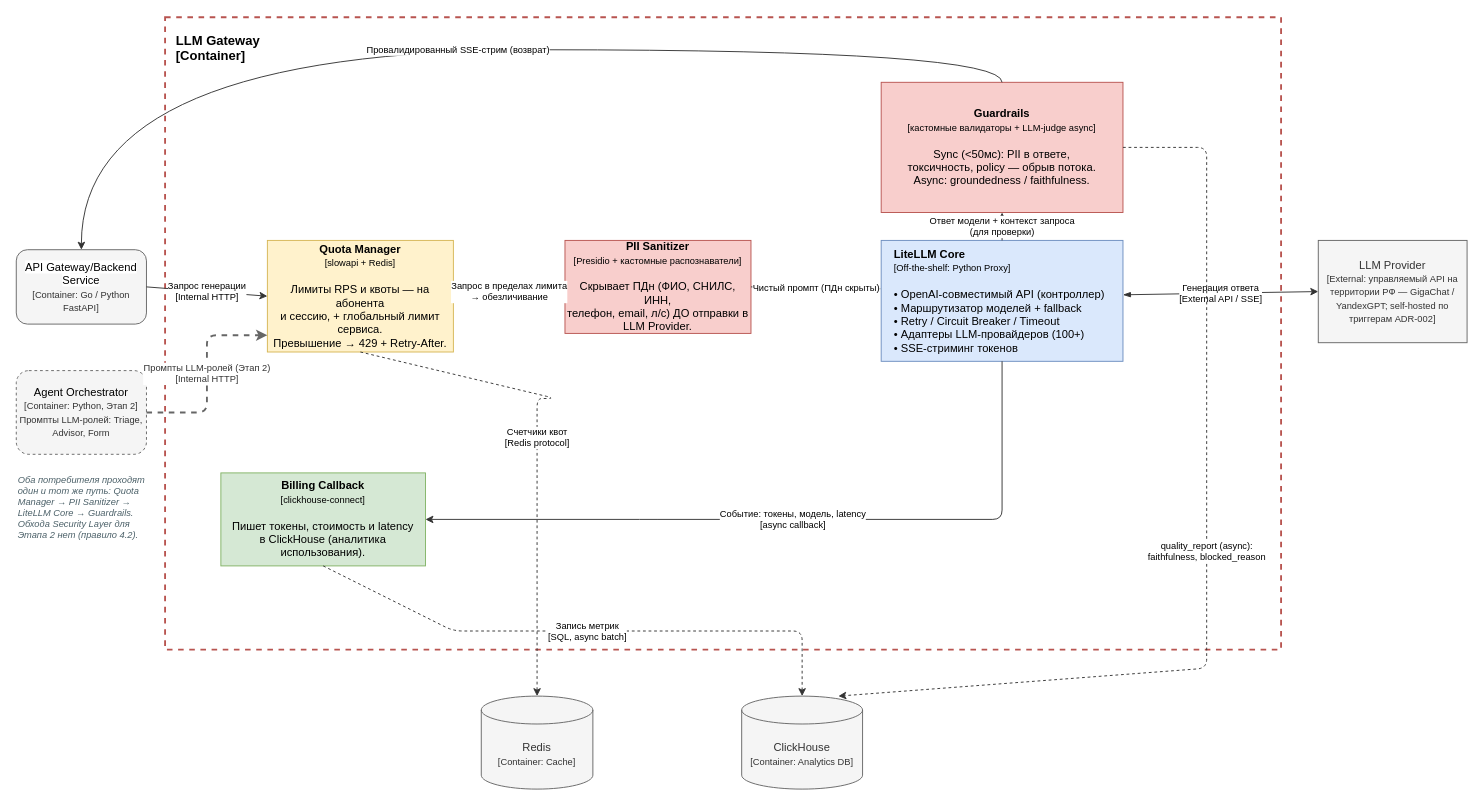
The draw.io diagram AI_docs/C3/C4_L3_LLM.drawio in barinoff1989/vodokanal-assistant, before the edit. Source tidied: cells renumbered, new cells numbered last; positions are measured from the earlier drawing's top-left corner, leaving out a move shared by most shapes. Both pictures are drawn from the tidied source at 93%, with x=0, y=0 at pixel (16, 17).
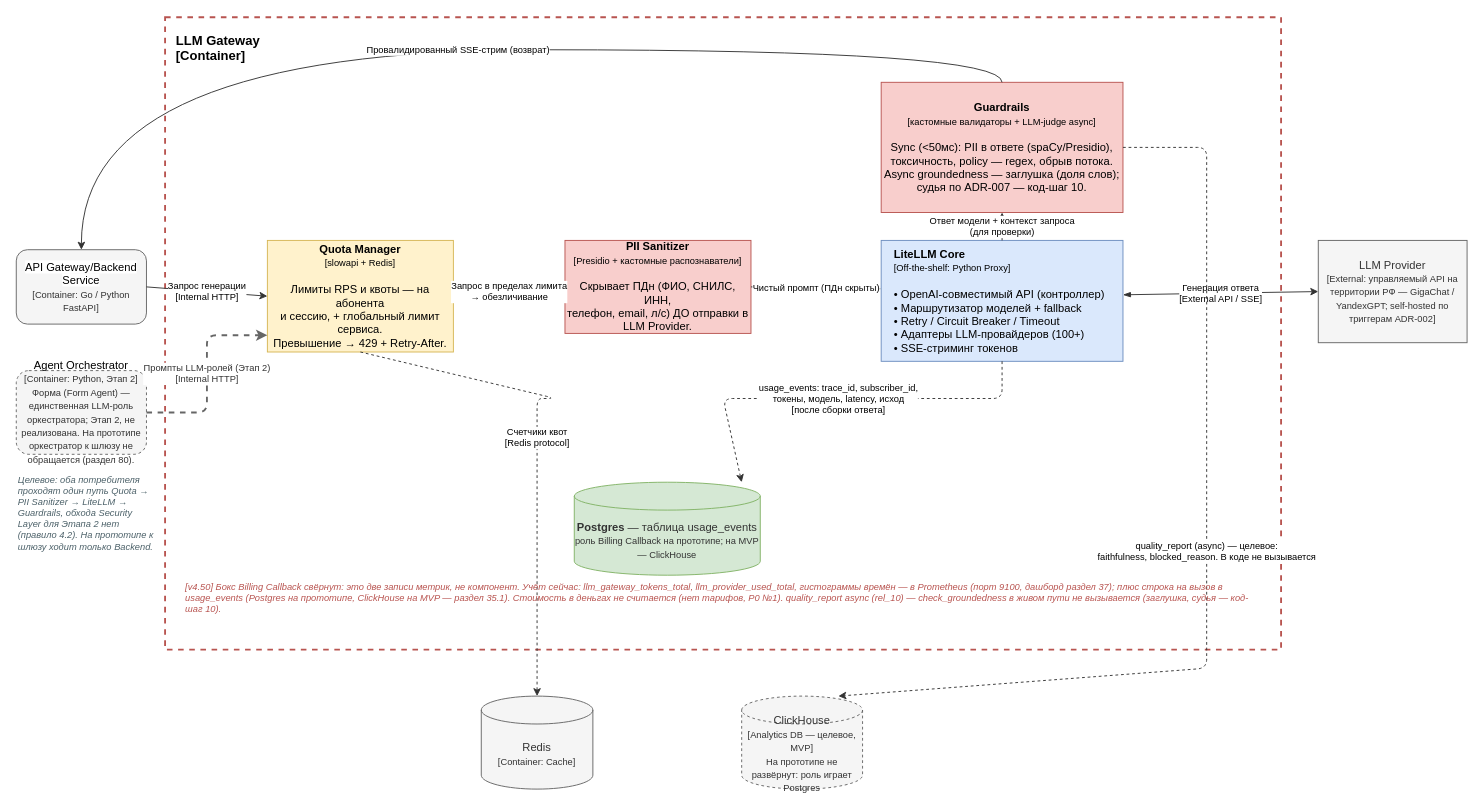
Above is the later version.

Commit message (it also covers changes not shown here):
Диаграмма LLM Gateway: Billing Callback свёрнут, добавлен узел usage_events

Unchanged cells that the change refers to:
```xml
<mxCell id="11" value="&lt;b&gt;LiteLLM Core&lt;/b&gt;&lt;br&gt;&lt;font style=&quot;font-size: 10px&quot;&gt;[Off-the-shelf: Python Proxy]&lt;/font&gt;&lt;br&gt;&lt;br&gt;• OpenAI-совместимый API (контроллер)&lt;br&gt;• Маршрутизатор моделей + fallback&lt;br&gt;• Retry / Circuit Breaker / Timeout&lt;br&gt;• Адаптеры LLM-провайдеров (100+)&lt;br&gt;• SSE-стриминг токенов" style="rounded=0;whiteSpace=wrap;html=1;fillColor=#dae8fc;strokeColor=#6c8ebf;fontSize=12;align=left;spacingLeft=12;verticalAlign=middle;" parent="1" vertex="1">
  <mxGeometry x="930" y="240" width="260" height="130" as="geometry" />
</mxCell>
```

Diff of the diagram source:
```diff
@@
-    <mxCell id="6" value="&lt;font style=&quot;&quot;&gt;ClickHouse&lt;/font&gt;&lt;div&gt;&lt;font style=&quot;font-size: 10px&quot;&gt;[Container: Analytics DB]&lt;/font&gt;&lt;/div&gt;" style="shape=cylinder3;whiteSpace=wrap;html=1;boundedLbl=1;backgroundOutline=1;size=15;fillColor=#f5f5f5;strokeColor=#666666;fontColor=#333333;" parent="1" vertex="1">
+    <mxCell id="6" value="&lt;font&gt;ClickHouse&lt;/font&gt;&lt;div&gt;&lt;font style=&quot;font-size: 10px&quot;&gt;[Analytics DB — целевое, MVP]&lt;br&gt;На прототипе не развёрнут: роль играет Postgres&lt;/font&gt;&lt;/div&gt;" style="shape=cylinder3;whiteSpace=wrap;html=1;boundedLbl=1;backgroundOutline=1;size=15;fillColor=#f5f5f5;strokeColor=#666666;fontColor=#333333;dashed=1;" parent="1" vertex="1">
       <mxGeometry x="780" y="730" width="130" height="100" as="geometry" />
     </mxCell>
@@
-    <mxCell id="8" value="&lt;b&gt;Guardrails&lt;/b&gt;&lt;br&gt;&lt;font style=&quot;font-size: 10px&quot;&gt;[кастомные валидаторы + LLM-judge async]&lt;/font&gt;&lt;br&gt;&lt;br&gt;Sync (&lt;50мс): PII в ответе,&lt;br&gt;токсичность, policy — обрыв потока.&lt;br&gt;Async: groundedness / faithfulness." style="rounded=0;whiteSpace=wrap;html=1;fillColor=#f8cecc;strokeColor=#b85450;fontSize=12;" parent="1" vertex="1">
+    <mxCell id="8" value="&lt;b&gt;Guardrails&lt;/b&gt;&lt;br&gt;&lt;font style=&quot;font-size: 10px&quot;&gt;[кастомные валидаторы + LLM-judge async]&lt;/font&gt;&lt;br&gt;&lt;br&gt;Sync (&lt;50мс): PII в ответе (spaCy/Presidio),&lt;br&gt;токсичность, policy — regex, обрыв потока.&lt;br&gt;Async groundedness — заглушка (доля слов);&lt;br&gt;судья по ADR-007 — код-шаг 10." style="rounded=0;whiteSpace=wrap;html=1;fillColor=#f8cecc;strokeColor=#b85450;fontSize=12;" parent="1" vertex="1">
       <mxGeometry x="930" y="70" width="260" height="140" as="geometry" />
     </mxCell>
@@
-    <mxCell id="10" value="&lt;b&gt;Billing Callback&lt;/b&gt;&lt;br&gt;&lt;font style=&quot;font-size: 10px&quot;&gt;[clickhouse-connect]&lt;/font&gt;&lt;br&gt;&lt;br&gt;Пишет токены, стоимость и latency&lt;br&gt;в ClickHouse (аналитика использования)." style="rounded=0;whiteSpace=wrap;html=1;fillColor=#d5e8d4;strokeColor=#82b366;fontSize=12;" parent="1" vertex="1">
-      <mxGeometry x="220" y="490" width="220" height="100" as="geometry" />
-    </mxCell>
@@
-    <mxCell id="16" value="Событие: токены, модель, latency&lt;br&gt;[async callback]" style="endArrow=classic;html=1;exitX=0.5;exitY=1;entryX=1;entryY=0.5;strokeColor=#333333;fontSize=10;" parent="1" edge="1" source="11" target="10">
-      <mxGeometry relative="1" as="geometry">
-        <Array as="points">
-          <mxPoint x="1060" y="540" />
-          <mxPoint x="680" y="540" />
-        </Array>
-      </mxGeometry>
-    </mxCell>
-    <mxCell id="17" value="Запись метрик&lt;br&gt;[SQL, async batch]" style="endArrow=classic;html=1;exitX=0.5;exitY=1;entryX=0.5;entryY=0;strokeColor=#333333;fontSize=10;dashed=1;" parent="1" edge="1" source="10" target="6">
-      <mxGeometry relative="1" as="geometry">
-        <Array as="points">
-          <mxPoint x="470" y="660" />
-          <mxPoint x="845" y="660" />
-        </Array>
-      </mxGeometry>
-    </mxCell>
@@
-    <mxCell id="21" value="quality_report (async):&lt;br&gt;faithfulness, blocked_reason" style="endArrow=classic;html=1;exitX=1;exitY=0.5;entryX=0.8;entryY=0;strokeColor=#333333;fontSize=10;dashed=1;" parent="1" edge="1" source="8" target="6">
+    <mxCell id="21" value="quality_report (async) — целевое:&lt;br&gt;faithfulness, blocked_reason. В коде не вызывается" style="endArrow=classic;html=1;exitX=1;exitY=0.5;entryX=0.8;entryY=0;strokeColor=#333333;fontSize=10;dashed=1;" parent="1" edge="1" source="8" target="6">
       <mxGeometry relative="1" as="geometry">
         <Array as="points">
           <mxPoint x="1280" y="140" />
           <mxPoint x="1280" y="700" />
         </Array>
       </mxGeometry>
     </mxCell>
-    <mxCell id="22" value="&lt;span style=&quot;color: rgb(0, 0, 0);&quot;&gt;Agent Orchestrator&lt;/span&gt;&lt;br&gt;&lt;font style=&quot;font-size: 10px&quot;&gt;[Container: Python, Этап 2]&lt;br&gt;Промпты LLM-ролей: Triage, Advisor, Form&lt;/font&gt;" style="rounded=1;whiteSpace=wrap;html=1;fillColor=#f5f5f5;strokeColor=#666666;fontColor=#333333;dashed=1;" parent="1" vertex="1">
+    <mxCell id="22" value="&lt;span style=&quot;color: rgb(0, 0, 0);&quot;&gt;Agent Orchestrator&lt;/span&gt;&lt;br&gt;&lt;font style=&quot;font-size: 10px&quot;&gt;[Container: Python, Этап 2]&lt;br&gt;Форма (Form Agent) — единственная LLM-роль оркестратора; Этап 2, не реализована. На прототипе оркестратор к шлюзу не обращается (раздел 80).&lt;/font&gt;" style="rounded=1;whiteSpace=wrap;html=1;fillColor=#f5f5f5;strokeColor=#666666;fontColor=#333333;dashed=1;" parent="1" vertex="1">
       <mxGeometry y="380" width="140" height="90" as="geometry" />
     </mxCell>
@@
-    <mxCell id="24" value="Оба потребителя проходят один и тот же путь: Quota Manager → PII Sanitizer → LiteLLM Core → Guardrails. Обхода Security Layer для Этапа 2 нет (правило 4.2)." style="text;html=1;align=left;verticalAlign=top;fontSize=10;fontStyle=2;fontColor=#4C6169;whiteSpace=wrap;" parent="1" vertex="1">
+    <mxCell id="24" value="Целевое: оба потребителя проходят один путь Quota → PII Sanitizer → LiteLLM → Guardrails, обхода Security Layer для Этапа 2 нет (правило 4.2). На прототипе к шлюзу ходит только Backend." style="text;html=1;align=left;verticalAlign=top;fontSize=10;fontStyle=2;fontColor=#4C6169;whiteSpace=wrap;" parent="1" vertex="1">
       <mxGeometry y="485" width="150" height="80" as="geometry" />
     </mxCell>
+    <mxCell id="25" value="&lt;b&gt;Postgres&lt;/b&gt; — таблица usage_events&lt;div&gt;&lt;font style=&quot;font-size: 10px&quot;&gt;роль Billing Callback на прототипе; на MVP — ClickHouse&lt;/font&gt;&lt;/div&gt;" style="shape=cylinder3;whiteSpace=wrap;html=1;boundedLbl=1;backgroundOutline=1;size=15;fillColor=#d5e8d4;strokeColor=#82b366;fontColor=#333333;" parent="1" vertex="1">
+      <mxGeometry x="600" y="500" width="200" height="100" as="geometry" />
+    </mxCell>
+    <mxCell id="26" value="usage_events: trace_id, subscriber_id,&lt;br&gt;токены, модель, latency, исход&lt;br&gt;[после сборки ответа]" style="endArrow=classic;html=1;exitX=0.5;exitY=1;entryX=0.9;entryY=0;strokeColor=#333333;fontSize=10;dashed=1;" parent="1" edge="1" source="11" target="25">
+      <mxGeometry relative="1" as="geometry">
+        <Array as="points">
+          <mxPoint x="1060" y="410" />
+          <mxPoint x="760" y="410" />
+        </Array>
+      </mxGeometry>
+    </mxCell>
+    <mxCell id="27" value="[v4.50] Бокс Billing Callback свёрнут: это две записи метрик, не компонент. Учёт сейчас: llm_gateway_tokens_total, llm_provider_used_total, гистограммы времён — в Prometheus (порт 9100, дашборд раздел 37); плюс строка на вызов в usage_events (Postgres на прототипе, ClickHouse на MVP — раздел 35.1). Стоимость в деньгах не считается (нет тарифов, P0 №1). quality_report async (rel_10) — check_groundedness в живом пути не вызывается (заглушка, судья — код-шаг 10)." style="text;html=1;align=left;verticalAlign=top;fontSize=10;fontStyle=2;fontColor=#B85450;whiteSpace=wrap;" parent="1" vertex="1">
+      <mxGeometry x="180" y="600" width="1160" height="70" as="geometry" />
+    </mxCell>
```
